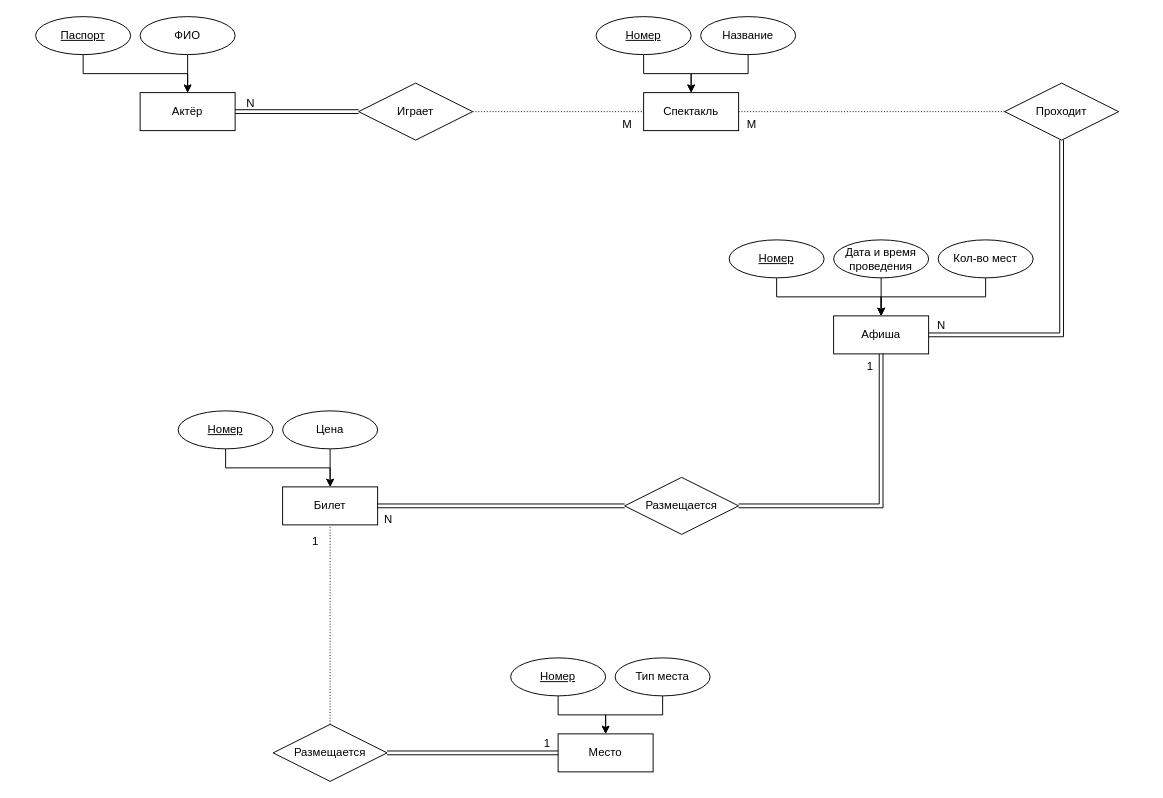
The draw.io diagram Laba1/ER_diagram.drawio in den-a-s/data_based, before the edit. Source tidied: cells renumbered, new cells numbered last; positions are measured from the earlier drawing's top-left corner, leaving out a move shared by most shapes. Both pictures are drawn from the tidied source at 95%, with x=0, y=0 at pixel (16, 16).
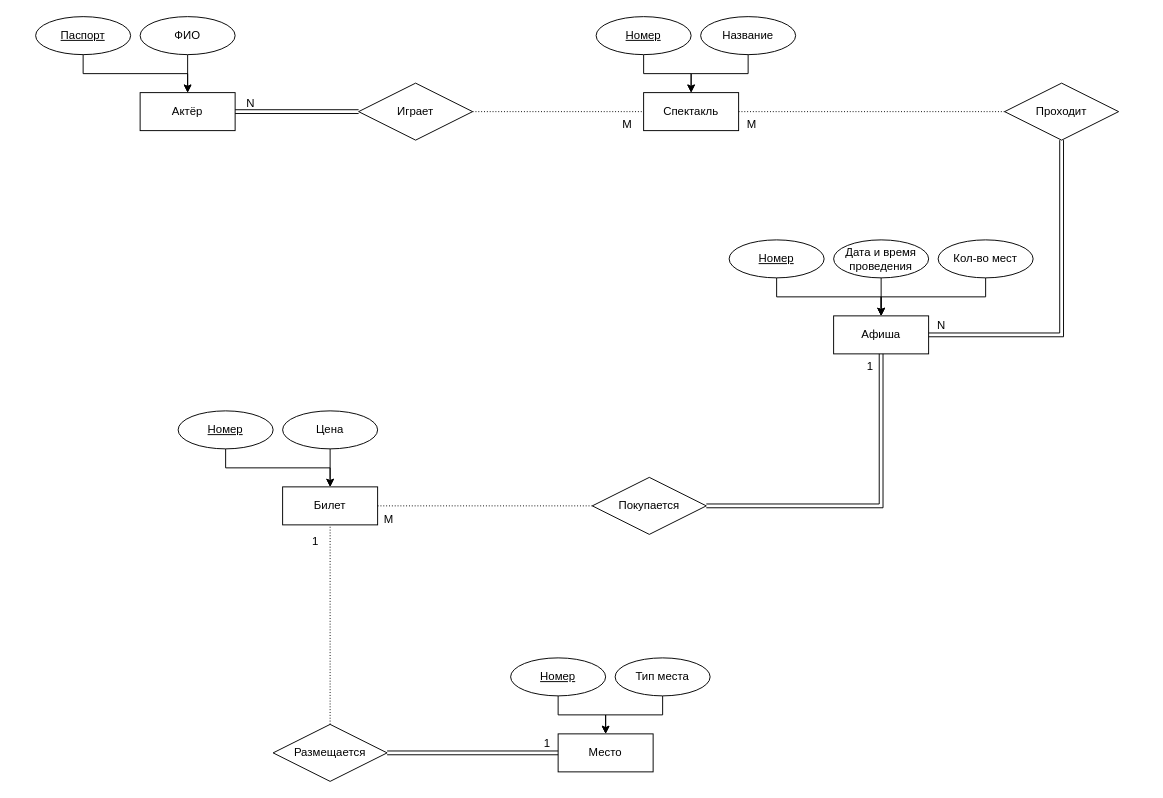
Above is the later version.

Commit message:
Может не быть купленных билетов.drawio

Unchanged cells that the change refers to:
```xml
<mxCell id="9" value="Билет" style="whiteSpace=wrap;html=1;align=center;" parent="8" vertex="1">
  <mxGeometry x="110" y="80" width="100" height="40" as="geometry" />
</mxCell>
```

What changed in the source:
```diff
@@
-    <mxCell id="49" value="Размещается" style="shape=rhombus;perimeter=rhombusPerimeter;whiteSpace=wrap;html=1;align=center;" parent="1" vertex="1">
-      <mxGeometry x="640" y="485" width="120" height="60" as="geometry" />
+    <mxCell id="49" value="&lt;div&gt;Покупается&lt;/div&gt;" style="shape=rhombus;perimeter=rhombusPerimeter;whiteSpace=wrap;html=1;align=center;" parent="1" vertex="1">
+      <mxGeometry x="606" y="485" width="120" height="60" as="geometry" />
     </mxCell>
@@
-    <mxCell id="52" style="shape=link;html=1;rounded=0;exitX=0;exitY=0.5;exitDx=0;exitDy=0;entryX=1;entryY=0.5;entryDx=0;entryDy=0;" parent="1" edge="1" source="49" target="9">
+    <mxCell id="52" style="endArrow=none;html=1;rounded=0;dashed=1;dashPattern=1 2;exitX=0;exitY=0.5;exitDx=0;exitDy=0;entryX=1;entryY=0.5;entryDx=0;entryDy=0;" parent="1" edge="1" source="49" target="9">
       <mxGeometry relative="1" as="geometry" />
     </mxCell>
-    <mxCell id="53" value="&lt;div&gt;N&lt;/div&gt;" style="html=1;whiteSpace=wrap;align=right;verticalAlign=bottom;" parent="52" vertex="1">
-      <mxGeometry x="1" relative="1" as="geometry">
-        <mxPoint x="17" y="23" as="offset" />
-      </mxGeometry>
-    </mxCell>
+    <mxCell id="54" value="&lt;div&gt;М&lt;/div&gt;" style="html=1;whiteSpace=wrap;align=right;verticalAlign=bottom;" parent="52" vertex="1">
+      <mxGeometry x="1" relative="1" as="geometry">
+        <mxPoint x="18" y="22" as="offset" />
+      </mxGeometry>
+    </mxCell>
```
